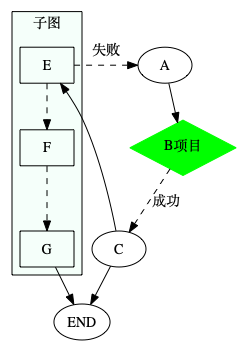
Before: demo2.png, a diagram exported from Graphviz (dongkw/graphiviz). Its source is kept beside it as demo2.dot. Its diagram source:
```dot
digraph image{
  subgraph cluster_cd{
      node[shape="box"]
      edge [style="dashed"];
      label="子图";
      bgcolor="mintcream"
      E->F->G;
    }
  B[label="B项目",color="green",style="filled",shape="diamond"]
  A->B
  B->C[label="成功",style="dashed"]
  C->E
  G->END
  C->END
  E->A[label="失败",style="dashed"]
}
```
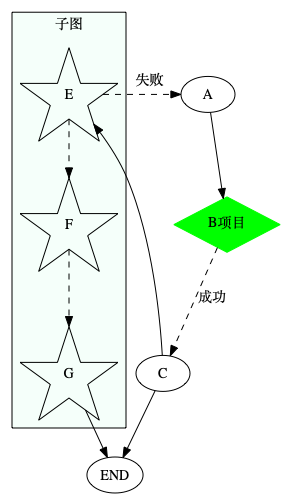
After the commit.

Change to the diagram source:
```diff
@@ -1,6 +1,6 @@
 digraph image{
   subgraph cluster_cd{
-      node[shape="box"]
+      node[shape="star"]
       edge [style="dashed"];
       label="子图";
       bgcolor="mintcream"
```
